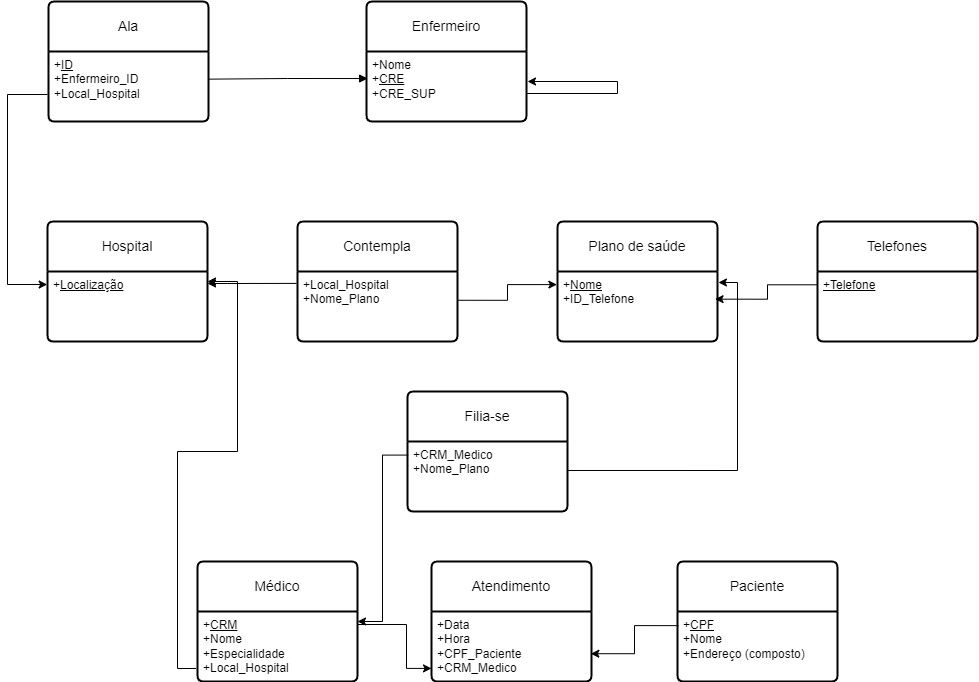
Before: esquema logico exerc1.drawio.png, a diagram exported from draw.io (VitorFonseca123/ExerciciosACH2004_BD). Source tidied: cells renumbered, new cells last; positions are measured from the earlier drawing's top-left corner, leaving out a move shared by most shapes.
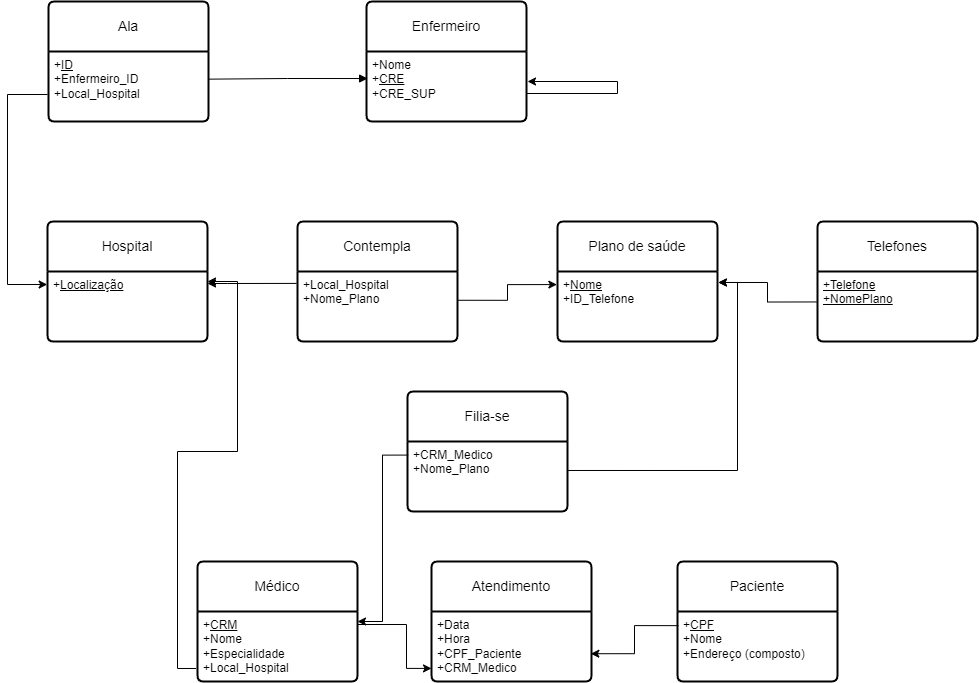
After the change.

The edit, as a diff of the source:
```diff
@@ -130,10 +130,10 @@
     <mxCell id="32" value="Telefones" style="swimlane;horizontal=1;startSize=50;rounded=1;fontSize=14;fontStyle=0;strokeWidth=2;shadow=0;dashed=0;align=center;arcSize=4;whiteSpace=wrap;html=1;" parent="1" vertex="1">
       <mxGeometry x="810" y="220" width="160" height="120" as="geometry" />
     </mxCell>
-    <mxCell id="33" value="&lt;u&gt;+Telefone&lt;/u&gt;" style="align=left;strokeColor=none;fillColor=none;spacingLeft=4;fontSize=12;verticalAlign=top;html=1;" parent="32" vertex="1">
+    <mxCell id="33" value="&lt;u&gt;+Telefone&lt;br&gt;+NomePlano&lt;br&gt;&lt;/u&gt;" style="align=left;strokeColor=none;fillColor=none;spacingLeft=4;fontSize=12;verticalAlign=top;html=1;" parent="32" vertex="1">
       <mxGeometry y="50" width="160" height="70" as="geometry" />
     </mxCell>
-    <mxCell id="34" style="edgeStyle=orthogonalEdgeStyle;rounded=0;jettySize=auto;html=1;exitX=-0.002;exitY=0.19;exitDx=0;exitDy=0;entryX=0.985;entryY=0.395;entryDx=0;entryDy=0;entryPerimeter=0;exitPerimeter=0;" parent="1" edge="1" source="33" target="9">
+    <mxCell id="34" style="edgeStyle=orthogonalEdgeStyle;rounded=0;jettySize=auto;html=1;exitX=-0.007;exitY=0.435;exitDx=0;exitDy=0;entryX=1.006;entryY=0.157;entryDx=0;entryDy=0;entryPerimeter=0;exitPerimeter=0;" parent="1" edge="1" source="33" target="9">
       <mxGeometry relative="1" as="geometry" />
     </mxCell>
   </root>
```
